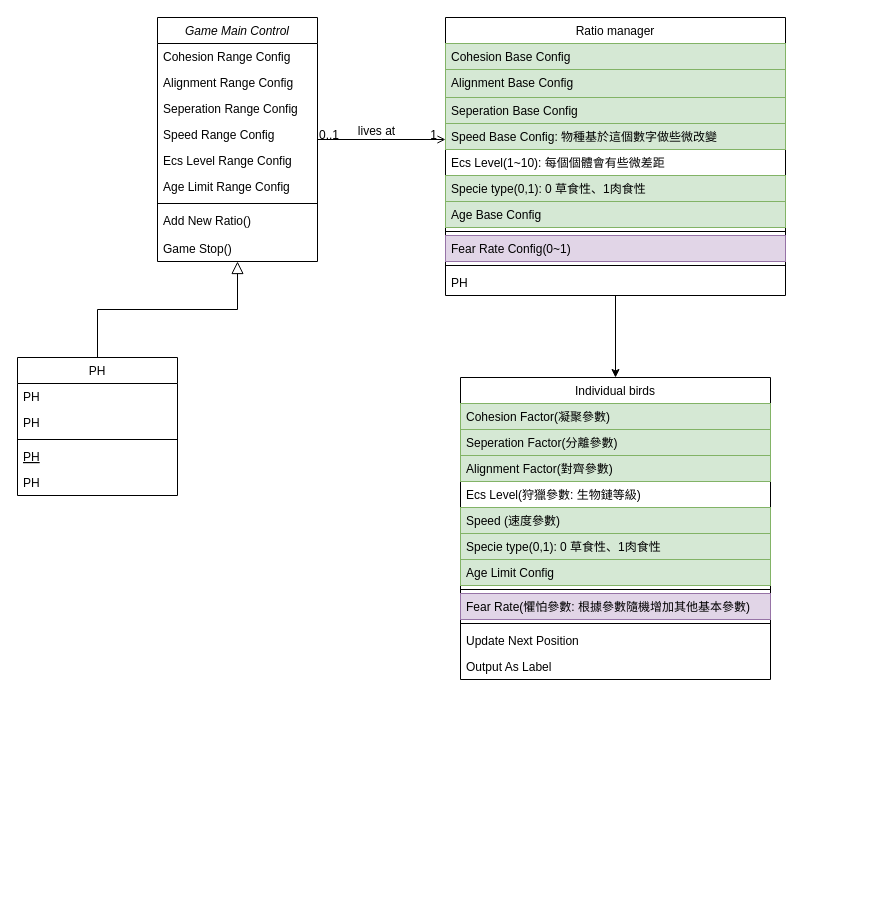
The draw.io diagram boids_unity_struct_chart.drawio in TWCkaijin/AI_intro, before the edit. Source tidied: cells renumbered, new cells numbered last; positions are measured from the earlier drawing's top-left corner, leaving out a move shared by most shapes. Both pictures are drawn from the tidied source at 100%, with x=0, y=0 at pixel (17, 17).
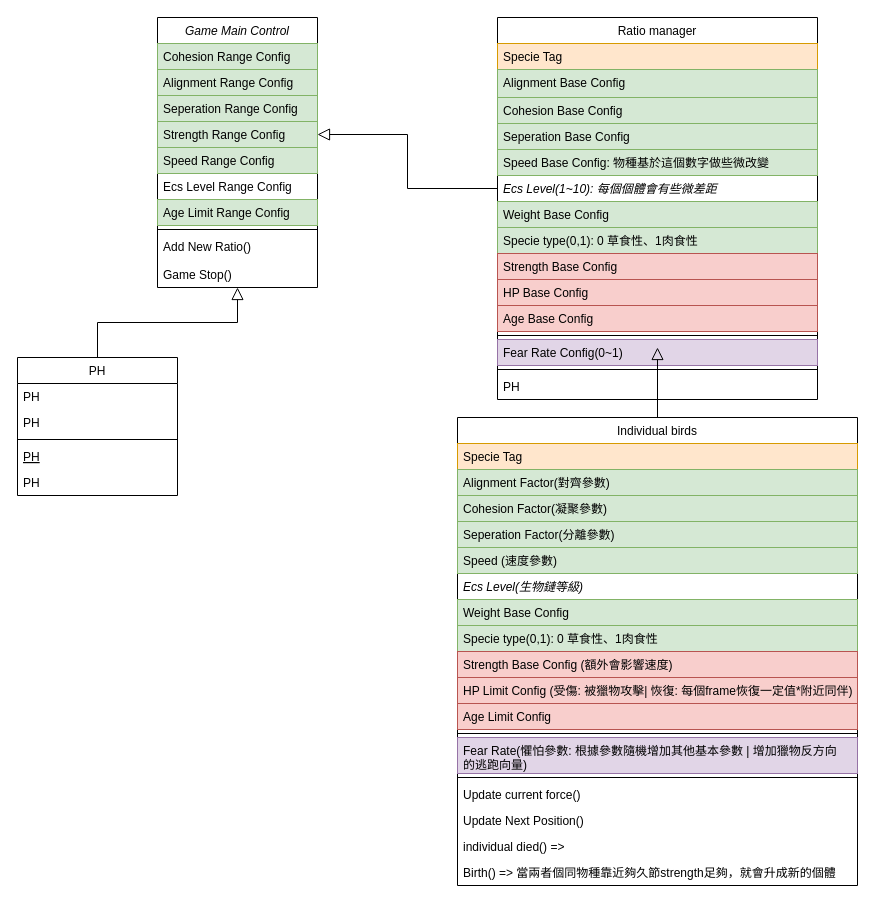
The same diagram, later.

Diff of the diagram source:
```diff
@@
     <mxCell id="2" value="Game Main Control" style="swimlane;fontStyle=2;align=center;verticalAlign=top;horizontal=1;startSize=26;rounded=0;shadow=0;strokeWidth=1;" parent="1" vertex="1">
-      <mxGeometry x="140" width="160" height="244" as="geometry" />
+      <mxGeometry x="140" width="160" height="270" as="geometry" />
     </mxCell>
-    <mxCell id="3" value="Cohesion Range Config" style="text;align=left;verticalAlign=top;spacingLeft=4;spacingRight=4;overflow=hidden;" parent="2" vertex="1">
+    <mxCell id="3" value="Cohesion Range Config" style="text;align=left;verticalAlign=top;spacingLeft=4;spacingRight=4;overflow=hidden;fillColor=#d5e8d4;strokeColor=#82b366;" parent="2" vertex="1">
       <mxGeometry y="26" width="160" height="26" as="geometry" />
     </mxCell>
-    <mxCell id="4" value="Alignment Range Config" style="text;align=left;verticalAlign=top;spacingLeft=4;spacingRight=4;overflow=hidden;rounded=0;shadow=0;html=0;" parent="2" vertex="1">
+    <mxCell id="4" value="Alignment Range Config" style="text;align=left;verticalAlign=top;spacingLeft=4;spacingRight=4;overflow=hidden;rounded=0;shadow=0;html=0;fillColor=#d5e8d4;strokeColor=#82b366;" parent="2" vertex="1">
       <mxGeometry y="52" width="160" height="26" as="geometry" />
     </mxCell>
-    <mxCell id="5" value="Seperation Range Config" style="text;align=left;verticalAlign=top;spacingLeft=4;spacingRight=4;overflow=hidden;rounded=0;shadow=0;html=0;" parent="2" vertex="1">
+    <mxCell id="5" value="Seperation Range Config" style="text;align=left;verticalAlign=top;spacingLeft=4;spacingRight=4;overflow=hidden;rounded=0;shadow=0;html=0;fillColor=#d5e8d4;strokeColor=#82b366;" parent="2" vertex="1">
       <mxGeometry y="78" width="160" height="26" as="geometry" />
     </mxCell>
+    <mxCell id="49" value="Strength Range Config" style="text;align=left;verticalAlign=top;spacingLeft=4;spacingRight=4;overflow=hidden;points=[[0,0.5],[1,0.5]];portConstraint=eastwest;rounded=0;shadow=0;html=0;fillColor=#d5e8d4;strokeColor=#82b366;" parent="2" vertex="1">
+      <mxGeometry y="104" width="160" height="26" as="geometry" />
+    </mxCell>
-    <mxCell id="6" value="Speed Range Config" style="text;align=left;verticalAlign=top;spacingLeft=4;spacingRight=4;overflow=hidden;rounded=0;shadow=0;html=0;" parent="2" vertex="1">
-      <mxGeometry y="104" width="160" height="26" as="geometry" />
+    <mxCell id="6" value="Speed Range Config" style="text;align=left;verticalAlign=top;spacingLeft=4;spacingRight=4;overflow=hidden;rounded=0;shadow=0;html=0;fillColor=#d5e8d4;strokeColor=#82b366;" parent="2" vertex="1">
+      <mxGeometry y="130" width="160" height="26" as="geometry" />
     </mxCell>
     <mxCell id="7" value="Ecs Level Range Config" style="text;align=left;verticalAlign=top;spacingLeft=4;spacingRight=4;overflow=hidden;rounded=0;shadow=0;html=0;" parent="2" vertex="1">
-      <mxGeometry y="130" width="160" height="26" as="geometry" />
+      <mxGeometry y="156" width="160" height="26" as="geometry" />
     </mxCell>
-    <mxCell id="8" value="Age Limit Range Config" style="text;align=left;verticalAlign=top;spacingLeft=4;spacingRight=4;overflow=hidden;rounded=0;shadow=0;html=0;" parent="2" vertex="1">
-      <mxGeometry y="156" width="160" height="26" as="geometry" />
+    <mxCell id="8" value="Age Limit Range Config" style="text;align=left;verticalAlign=top;spacingLeft=4;spacingRight=4;overflow=hidden;rounded=0;shadow=0;html=0;fillColor=#d5e8d4;strokeColor=#82b366;" parent="2" vertex="1">
+      <mxGeometry y="182" width="160" height="26" as="geometry" />
     </mxCell>
     <mxCell id="9" style="line;html=1;strokeWidth=1;align=left;verticalAlign=middle;spacingTop=-1;spacingLeft=3;spacingRight=3;labelPosition=right;" parent="2" vertex="1">
-      <mxGeometry y="182" width="160" height="8" as="geometry" />
+      <mxGeometry y="208" width="160" height="8" as="geometry" />
     </mxCell>
     <mxCell id="10" value="Add New Ratio()" style="text;align=left;verticalAlign=top;spacingLeft=4;spacingRight=4;overflow=hidden;" parent="2" vertex="1">
-      <mxGeometry y="190" width="160" height="28" as="geometry" />
+      <mxGeometry y="216" width="160" height="28" as="geometry" />
     </mxCell>
     <mxCell id="11" value="Game Stop()" style="text;align=left;verticalAlign=top;spacingLeft=4;spacingRight=4;overflow=hidden;" parent="2" vertex="1">
-      <mxGeometry y="218" width="160" height="26" as="geometry" />
+      <mxGeometry y="244" width="160" height="26" as="geometry" />
     </mxCell>
@@
-    <mxCell id="19" style="edgeStyle=orthogonalEdgeStyle;rounded=0;jettySize=auto;html=1;" parent="1" edge="1" source="20" target="36">
-      <mxGeometry relative="1" as="geometry" />
-    </mxCell>
     <mxCell id="20" value="Ratio manager" style="swimlane;fontStyle=0;align=center;verticalAlign=top;horizontal=1;startSize=26;rounded=0;shadow=0;strokeWidth=1;swimlaneLine=1;" parent="1" vertex="1">
-      <mxGeometry x="428" width="340" height="278" as="geometry" />
+      <mxGeometry x="480" width="320" height="382" as="geometry" />
     </mxCell>
+    <mxCell id="50" value="Specie Tag" style="text;align=left;verticalAlign=top;spacingLeft=4;spacingRight=4;overflow=hidden;fillColor=#ffe6cc;strokeColor=#d79b00;" parent="20" vertex="1">
+      <mxGeometry y="26" width="320" height="26" as="geometry" />
+    </mxCell>
+    <mxCell id="22" value="Alignment Base Config" style="text;align=left;verticalAlign=top;spacingLeft=4;spacingRight=4;overflow=hidden;rounded=0;shadow=0;html=0;fillColor=#d5e8d4;strokeColor=#82b366;" parent="20" vertex="1">
+      <mxGeometry y="52" width="320" height="28" as="geometry" />
+    </mxCell>
     <mxCell id="21" value="Cohesion Base Config " style="text;align=left;verticalAlign=top;spacingLeft=4;spacingRight=4;overflow=hidden;fillColor=#d5e8d4;strokeColor=#82b366;" parent="20" vertex="1">
-      <mxGeometry y="26" width="340" height="26" as="geometry" />
+      <mxGeometry y="80" width="320" height="26" as="geometry" />
     </mxCell>
-    <mxCell id="22" value="Alignment Base Config" style="text;align=left;verticalAlign=top;spacingLeft=4;spacingRight=4;overflow=hidden;rounded=0;shadow=0;html=0;fillColor=#d5e8d4;strokeColor=#82b366;" parent="20" vertex="1">
-      <mxGeometry y="52" width="340" height="28" as="geometry" />
-    </mxCell>
     <mxCell id="23" value="Seperation Base Config" style="text;align=left;verticalAlign=top;spacingLeft=4;spacingRight=4;overflow=hidden;rounded=0;shadow=0;html=0;fillColor=#d5e8d4;strokeColor=#82b366;" parent="20" vertex="1">
-      <mxGeometry y="80" width="340" height="26" as="geometry" />
+      <mxGeometry y="106" width="320" height="26" as="geometry" />
     </mxCell>
     <mxCell id="24" value="Speed Base Config: 物種基於這個數字做些微改變" style="text;align=left;verticalAlign=top;spacingLeft=4;spacingRight=4;overflow=hidden;rounded=0;shadow=0;html=0;fillColor=#d5e8d4;strokeColor=#82b366;" parent="20" vertex="1">
-      <mxGeometry y="106" width="340" height="26" as="geometry" />
+      <mxGeometry y="132" width="320" height="26" as="geometry" />
     </mxCell>
-    <mxCell id="25" value="Ecs Level(1~10): 每個個體會有些微差距" style="text;align=left;verticalAlign=top;spacingLeft=4;spacingRight=4;overflow=hidden;points=[[0,0.5],[1,0.5]];portConstraint=eastwest;" parent="20" vertex="1">
-      <mxGeometry y="132" width="340" height="26" as="geometry" />
+    <mxCell id="25" value="Ecs Level(1~10): 每個個體會有些微差距" style="text;align=left;verticalAlign=top;spacingLeft=4;spacingRight=4;overflow=hidden;points=[[0,0.5],[1,0.5]];portConstraint=eastwest;fontStyle=2;" parent="20" vertex="1">
+      <mxGeometry y="158" width="320" height="26" as="geometry" />
     </mxCell>
-    <mxCell id="26" value="Specie type(0,1): 0 草食性、1肉食性" style="text;align=left;verticalAlign=top;spacingLeft=4;spacingRight=4;overflow=hidden;rounded=0;shadow=0;html=0;fillColor=#d5e8d4;strokeColor=#82b366;" parent="20" vertex="1">
-      <mxGeometry y="158" width="340" height="26" as="geometry" />
+    <mxCell id="26" value="Weight Base Config" style="text;align=left;verticalAlign=top;spacingLeft=4;spacingRight=4;overflow=hidden;rounded=0;shadow=0;html=0;fillColor=#d5e8d4;strokeColor=#82b366;" parent="20" vertex="1">
+      <mxGeometry y="184" width="320" height="26" as="geometry" />
     </mxCell>
+    <mxCell id="51" value="Specie type(0,1): 0 草食性、1肉食性" style="text;align=left;verticalAlign=top;spacingLeft=4;spacingRight=4;overflow=hidden;rounded=0;shadow=0;html=0;fillColor=#d5e8d4;strokeColor=#82b366;" parent="20" vertex="1">
+      <mxGeometry y="210" width="320" height="26" as="geometry" />
+    </mxCell>
+    <mxCell id="52" value="Strength Base Config" style="text;align=left;verticalAlign=top;spacingLeft=4;spacingRight=4;overflow=hidden;rounded=0;shadow=0;html=0;fillColor=#f8cecc;strokeColor=#b85450;" parent="20" vertex="1">
+      <mxGeometry y="236" width="320" height="26" as="geometry" />
+    </mxCell>
+    <mxCell id="53" value="HP Base Config" style="text;align=left;verticalAlign=top;spacingLeft=4;spacingRight=4;overflow=hidden;rounded=0;shadow=0;html=0;fillColor=#f8cecc;strokeColor=#b85450;" parent="20" vertex="1">
+      <mxGeometry y="262" width="320" height="26" as="geometry" />
+    </mxCell>
-    <mxCell id="27" value="Age Base Config" style="text;align=left;verticalAlign=top;spacingLeft=4;spacingRight=4;overflow=hidden;rounded=0;shadow=0;html=0;fillColor=#d5e8d4;strokeColor=#82b366;" parent="20" vertex="1">
-      <mxGeometry y="184" width="340" height="26" as="geometry" />
+    <mxCell id="27" value="Age Base Config" style="text;align=left;verticalAlign=top;spacingLeft=4;spacingRight=4;overflow=hidden;rounded=0;shadow=0;html=0;fillColor=#f8cecc;strokeColor=#b85450;" parent="20" vertex="1">
+      <mxGeometry y="288" width="320" height="26" as="geometry" />
     </mxCell>
     <mxCell id="28" style="line;html=1;strokeWidth=1;align=left;verticalAlign=middle;spacingTop=-1;spacingLeft=3;spacingRight=3;labelPosition=right;" parent="20" vertex="1">
-      <mxGeometry y="210" width="340" height="8" as="geometry" />
+      <mxGeometry y="314" width="320" height="8" as="geometry" />
     </mxCell>
     <mxCell id="29" value="Fear Rate Config(0~1)" style="text;align=left;verticalAlign=top;spacingLeft=4;spacingRight=4;overflow=hidden;rounded=0;shadow=0;html=0;fillColor=#e1d5e7;strokeColor=#9673a6;" parent="20" vertex="1">
-      <mxGeometry y="218" width="340" height="26" as="geometry" />
+      <mxGeometry y="322" width="320" height="26" as="geometry" />
     </mxCell>
     <mxCell id="30" style="line;html=1;strokeWidth=1;align=left;verticalAlign=middle;spacingTop=-1;spacingLeft=3;spacingRight=3;labelPosition=right;" parent="20" vertex="1">
-      <mxGeometry y="244" width="340" height="8" as="geometry" />
+      <mxGeometry y="348" width="320" height="8" as="geometry" />
     </mxCell>
     <mxCell id="31" value="PH" style="text;align=left;verticalAlign=top;spacingLeft=4;spacingRight=4;overflow=hidden;" parent="20" vertex="1">
-      <mxGeometry y="252" width="340" height="26" as="geometry" />
+      <mxGeometry y="356" width="320" height="26" as="geometry" />
     </mxCell>
-    <mxCell id="32" style="endArrow=open;shadow=0;strokeWidth=1;rounded=0;curved=0;endFill=1;edgeStyle=elbowEdgeStyle;elbow=vertical;" parent="1" edge="1" source="2" target="20">
-      <mxGeometry x="0.5" y="41" relative="1" as="geometry">
-        <mxPoint x="-40" y="32" as="offset" />
-      </mxGeometry>
-    </mxCell>
-    <mxCell id="33" value="0..1" style="align=left;verticalAlign=bottom;labelBackgroundColor=none;fontSize=12;" parent="32" vertex="1">
-      <mxGeometry x="-1" relative="1" as="geometry">
-        <mxPoint y="4" as="offset" />
-      </mxGeometry>
-    </mxCell>
-    <mxCell id="34" value="1" style="align=right;verticalAlign=bottom;labelBackgroundColor=none;fontSize=12;" parent="32" vertex="1">
-      <mxGeometry x="1" relative="1" as="geometry">
-        <mxPoint x="-7" y="4" as="offset" />
-      </mxGeometry>
-    </mxCell>
-    <mxCell id="35" value="lives at" style="text;html=1;align=center;verticalAlign=middle;labelBackgroundColor=none;rounded=0;shadow=0;strokeWidth=1;fontSize=12;" parent="32" vertex="1">
-      <mxGeometry x="0.5" y="49" relative="1" as="geometry">
-        <mxPoint x="-38" y="40" as="offset" />
-      </mxGeometry>
-    </mxCell>
     <mxCell id="36" value="Individual birds" style="swimlane;fontStyle=0;align=center;verticalAlign=top;horizontal=1;startSize=26;rounded=0;shadow=0;strokeWidth=1;" parent="1" vertex="1">
-      <mxGeometry x="443" y="360" width="310" height="302" as="geometry" />
+      <mxGeometry x="440" y="400" width="400" height="468" as="geometry" />
     </mxCell>
+    <mxCell id="54" value="Specie Tag" style="text;align=left;verticalAlign=top;spacingLeft=4;spacingRight=4;overflow=hidden;fillColor=#ffe6cc;strokeColor=#d79b00;" parent="36" vertex="1">
+      <mxGeometry y="26" width="400" height="26" as="geometry" />
+    </mxCell>
+    <mxCell id="39" value="Alignment Factor(對齊參數)" style="text;align=left;verticalAlign=top;spacingLeft=4;spacingRight=4;overflow=hidden;rounded=0;shadow=0;html=0;fillColor=#d5e8d4;strokeColor=#82b366;" parent="36" vertex="1">
+      <mxGeometry y="52" width="400" height="26" as="geometry" />
+    </mxCell>
     <mxCell id="37" value="Cohesion Factor(凝聚參數)" style="text;align=left;verticalAlign=top;spacingLeft=4;spacingRight=4;overflow=hidden;fillColor=#d5e8d4;strokeColor=#82b366;" parent="36" vertex="1">
-      <mxGeometry y="26" width="310" height="26" as="geometry" />
+      <mxGeometry y="78" width="400" height="26" as="geometry" />
     </mxCell>
     <mxCell id="38" value="Seperation Factor(分離參數)" style="text;align=left;verticalAlign=top;spacingLeft=4;spacingRight=4;overflow=hidden;rounded=0;shadow=0;html=0;fillColor=#d5e8d4;strokeColor=#82b366;" parent="36" vertex="1">
-      <mxGeometry y="52" width="310" height="26" as="geometry" />
+      <mxGeometry y="104" width="400" height="26" as="geometry" />
     </mxCell>
-    <mxCell id="39" value="Alignment Factor(對齊參數)" style="text;align=left;verticalAlign=top;spacingLeft=4;spacingRight=4;overflow=hidden;rounded=0;shadow=0;html=0;fillColor=#d5e8d4;strokeColor=#82b366;" parent="36" vertex="1">
-      <mxGeometry y="78" width="310" height="26" as="geometry" />
-    </mxCell>
+    <mxCell id="41" value="Speed (速度參數)" style="text;align=left;verticalAlign=top;spacingLeft=4;spacingRight=4;overflow=hidden;rounded=0;shadow=0;html=0;fillColor=#d5e8d4;strokeColor=#82b366;" parent="36" vertex="1">
+      <mxGeometry y="130" width="400" height="26" as="geometry" />
+    </mxCell>
-    <mxCell id="40" value="Ecs Level(狩獵參數: 生物鏈等級)" style="text;align=left;verticalAlign=top;spacingLeft=4;spacingRight=4;overflow=hidden;rounded=0;shadow=0;html=0;" parent="36" vertex="1">
-      <mxGeometry y="104" width="310" height="26" as="geometry" />
+    <mxCell id="40" value="Ecs Level(生物鏈等級)" style="text;align=left;verticalAlign=top;spacingLeft=4;spacingRight=4;overflow=hidden;rounded=0;shadow=0;html=0;fillColor=none;glass=0;fontStyle=2;" parent="36" vertex="1">
+      <mxGeometry y="156" width="400" height="26" as="geometry" />
     </mxCell>
-    <mxCell id="41" value="Speed (速度參數)" style="text;align=left;verticalAlign=top;spacingLeft=4;spacingRight=4;overflow=hidden;rounded=0;shadow=0;html=0;fillColor=#d5e8d4;strokeColor=#82b366;" parent="36" vertex="1">
-      <mxGeometry y="130" width="310" height="26" as="geometry" />
-    </mxCell>
+    <mxCell id="55" value="Weight Base Config" style="text;align=left;verticalAlign=top;spacingLeft=4;spacingRight=4;overflow=hidden;rounded=0;shadow=0;html=0;fillColor=#d5e8d4;strokeColor=#82b366;" parent="36" vertex="1">
+      <mxGeometry y="182" width="400" height="26" as="geometry" />
+    </mxCell>
     <mxCell id="42" value="Specie type(0,1): 0 草食性、1肉食性" style="text;align=left;verticalAlign=top;spacingLeft=4;spacingRight=4;overflow=hidden;rounded=0;shadow=0;html=0;fillColor=#d5e8d4;strokeColor=#82b366;" parent="36" vertex="1">
-      <mxGeometry y="156" width="310" height="26" as="geometry" />
+      <mxGeometry y="208" width="400" height="26" as="geometry" />
     </mxCell>
+    <mxCell id="56" value="Strength Base Config (額外會影響速度)" style="text;align=left;verticalAlign=top;spacingLeft=4;spacingRight=4;overflow=hidden;rounded=0;shadow=0;html=0;fillColor=#f8cecc;strokeColor=#b85450;" parent="36" vertex="1">
+      <mxGeometry y="234" width="400" height="26" as="geometry" />
+    </mxCell>
+    <mxCell id="57" value="HP Limit Config (受傷: 被獵物攻擊| 恢復: 每個frame恢復一定值*附近同伴)" style="text;align=left;verticalAlign=top;spacingLeft=4;spacingRight=4;overflow=hidden;rounded=0;shadow=0;html=0;fillColor=#f8cecc;strokeColor=#b85450;" parent="36" vertex="1">
+      <mxGeometry y="260" width="400" height="26" as="geometry" />
+    </mxCell>
-    <mxCell id="43" value="Age Limit Config" style="text;align=left;verticalAlign=top;spacingLeft=4;spacingRight=4;overflow=hidden;rounded=0;shadow=0;html=0;fillColor=#d5e8d4;strokeColor=#82b366;" parent="36" vertex="1">
-      <mxGeometry y="182" width="310" height="26" as="geometry" />
+    <mxCell id="43" value="Age Limit Config" style="text;align=left;verticalAlign=top;spacingLeft=4;spacingRight=4;overflow=hidden;rounded=0;shadow=0;html=0;fillColor=#f8cecc;strokeColor=#b85450;" parent="36" vertex="1">
+      <mxGeometry y="286" width="400" height="26" as="geometry" />
     </mxCell>
     <mxCell id="44" style="line;html=1;strokeWidth=1;align=left;verticalAlign=middle;spacingTop=-1;spacingLeft=3;spacingRight=3;labelPosition=right;" parent="36" vertex="1">
-      <mxGeometry y="208" width="310" height="8" as="geometry" />
+      <mxGeometry y="312" width="400" height="8" as="geometry" />
     </mxCell>
-    <mxCell id="45" value="Fear Rate(懼怕參數: 根據參數隨機增加其他基本參數)" style="text;align=left;verticalAlign=top;spacingLeft=4;spacingRight=4;overflow=hidden;rounded=0;shadow=0;html=0;fillColor=#e1d5e7;strokeColor=#9673a6;" parent="36" vertex="1">
-      <mxGeometry y="216" width="310" height="26" as="geometry" />
+    <mxCell id="45" value="Fear Rate(懼怕參數: 根據參數隨機增加其他基本參數 | 增加獵物反方向&#10;的逃跑向量)&#10;" style="text;align=left;verticalAlign=top;spacingLeft=4;spacingRight=4;overflow=hidden;rounded=0;shadow=0;html=0;fillColor=#e1d5e7;strokeColor=#9673a6;" parent="36" vertex="1">
+      <mxGeometry y="320" width="400" height="36" as="geometry" />
     </mxCell>
     <mxCell id="46" style="line;html=1;strokeWidth=1;align=left;verticalAlign=middle;spacingTop=-1;spacingLeft=3;spacingRight=3;labelPosition=right;" parent="36" vertex="1">
-      <mxGeometry y="242" width="310" height="8" as="geometry" />
+      <mxGeometry y="356" width="400" height="8" as="geometry" />
     </mxCell>
+    <mxCell id="58" value="Update current force()" style="text;align=left;verticalAlign=top;spacingLeft=4;spacingRight=4;overflow=hidden;" parent="36" vertex="1">
+      <mxGeometry y="364" width="400" height="26" as="geometry" />
+    </mxCell>
-    <mxCell id="47" value="Update Next Position" style="text;align=left;verticalAlign=top;spacingLeft=4;spacingRight=4;overflow=hidden;" parent="36" vertex="1">
-      <mxGeometry y="250" width="310" height="26" as="geometry" />
+    <mxCell id="47" value="Update Next Position()" style="text;align=left;verticalAlign=top;spacingLeft=4;spacingRight=4;overflow=hidden;" parent="36" vertex="1">
+      <mxGeometry y="390" width="400" height="26" as="geometry" />
     </mxCell>
-    <mxCell id="48" value="Output As Label" style="text;align=left;verticalAlign=top;spacingLeft=4;spacingRight=4;overflow=hidden;" parent="36" vertex="1">
-      <mxGeometry y="276" width="310" height="26" as="geometry" />
+    <mxCell id="48" value="individual died() =&gt; " style="text;align=left;verticalAlign=top;spacingLeft=4;spacingRight=4;overflow=hidden;" parent="36" vertex="1">
+      <mxGeometry y="416" width="400" height="26" as="geometry" />
     </mxCell>
+    <mxCell id="59" value="Birth() =&gt; 當兩者個同物種靠近夠久節strength足夠，就會升成新的個體" style="text;align=left;verticalAlign=top;spacingLeft=4;spacingRight=4;overflow=hidden;" parent="36" vertex="1">
+      <mxGeometry y="442" width="400" height="26" as="geometry" />
+    </mxCell>
+    <mxCell id="60" style="edgeStyle=orthogonalEdgeStyle;rounded=0;jettySize=auto;html=1;exitX=0;exitY=0.5;exitDx=0;exitDy=0;entryX=1;entryY=0.5;entryDx=0;entryDy=0;endArrow=block;endFill=0;endSize=10;" parent="1" edge="1" source="25" target="49">
+      <mxGeometry relative="1" as="geometry" />
+    </mxCell>
+    <mxCell id="61" style="edgeStyle=orthogonalEdgeStyle;rounded=0;jettySize=auto;html=1;endArrow=block;endFill=0;endSize=10;" parent="1" edge="1" source="36">
+      <mxGeometry relative="1" as="geometry">
+        <mxPoint x="640" y="330" as="targetPoint" />
+      </mxGeometry>
+    </mxCell>
```
